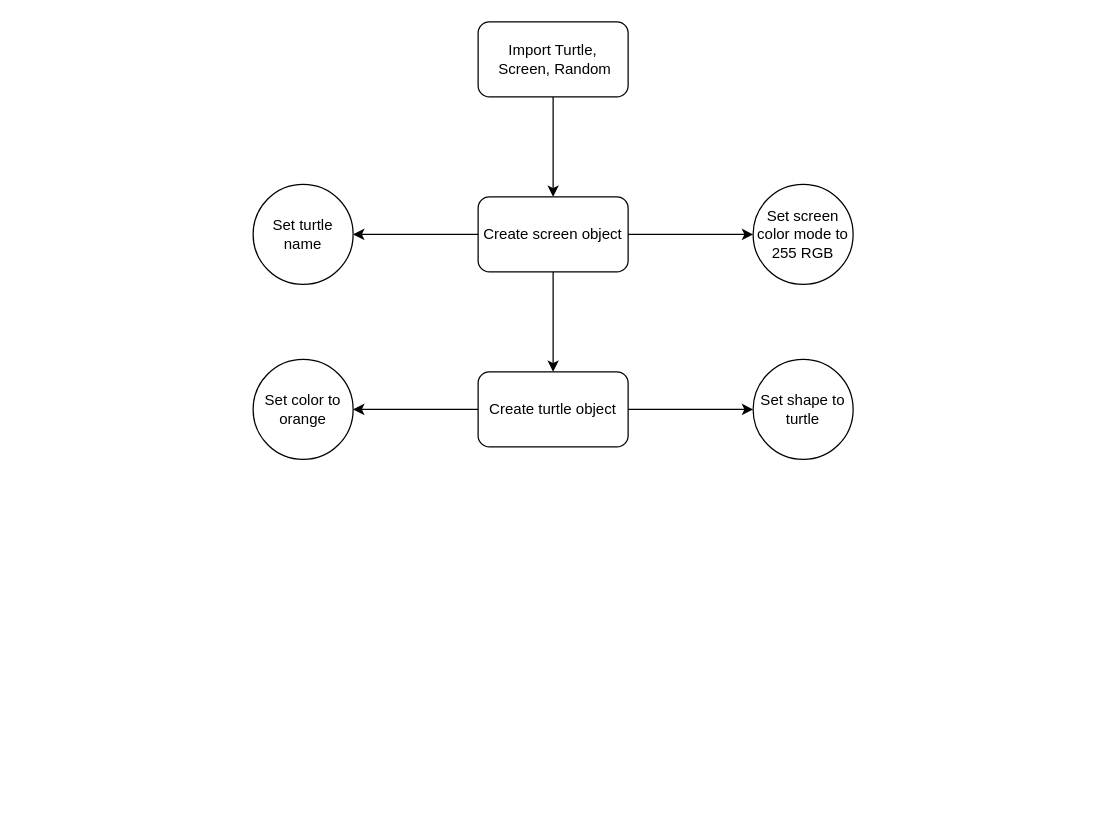
The draw.io diagram turtle_etch_a_sketch.drawio in Matasem-h/new_flowcharts, before the edit. Source tidied: cells renumbered, new cells numbered last; positions are measured from the earlier drawing's top-left corner, leaving out a move shared by most shapes. Both pictures are drawn from the tidied source at 125%, with x=0, y=0 at pixel (252, 21).
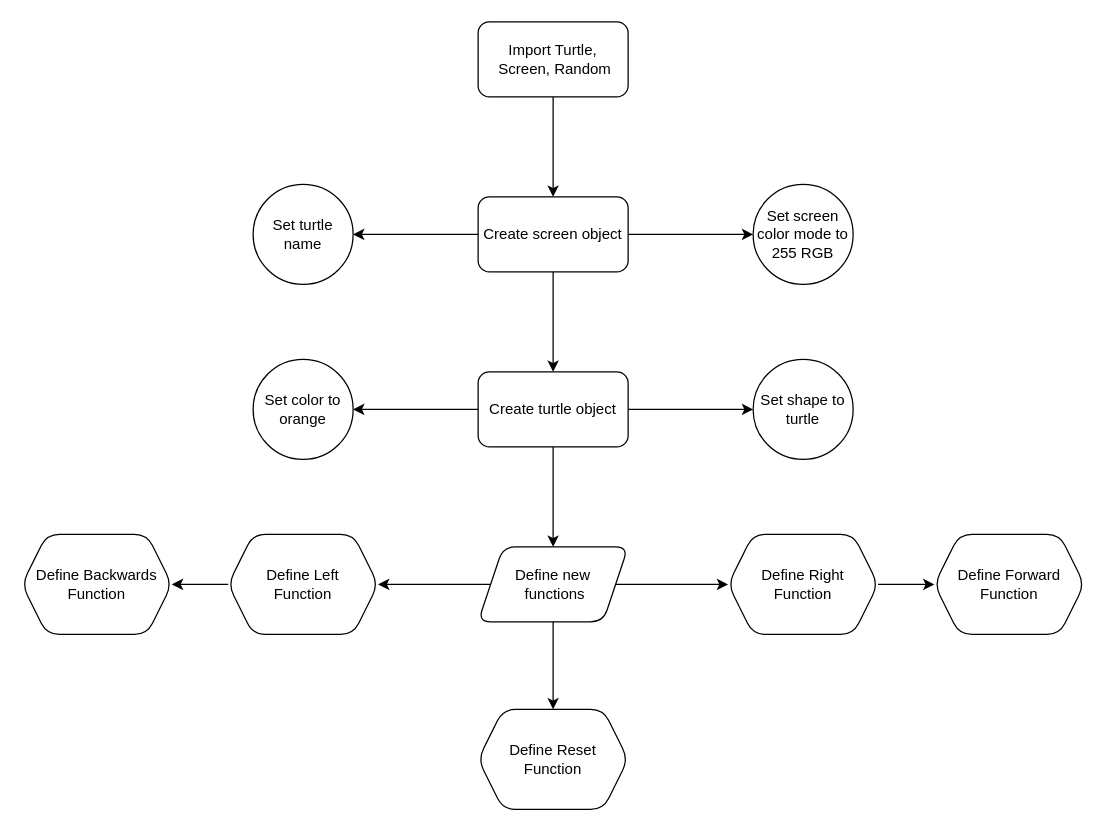
Above is the later version.

The change refers to these unchanged cells:
```xml
<mxCell id="11" value="Create turtle object" style="whiteSpace=wrap;html=1;rounded=1;" parent="1" vertex="1">
  <mxGeometry x="180" y="280" width="120" height="60" as="geometry" />
</mxCell>
```

What changed in the source:
```diff
@@
+    <mxCell id="15" style="edgeStyle=orthogonalEdgeStyle;rounded=0;jettySize=auto;html=1;" parent="1" edge="1" source="11" target="19">
+      <mxGeometry relative="1" as="geometry" />
+    </mxCell>
@@
+    <mxCell id="16" style="edgeStyle=orthogonalEdgeStyle;rounded=0;jettySize=auto;html=1;" parent="1" edge="1" source="19" target="21">
+      <mxGeometry relative="1" as="geometry" />
+    </mxCell>
+    <mxCell id="17" style="edgeStyle=orthogonalEdgeStyle;rounded=0;jettySize=auto;html=1;" parent="1" edge="1" source="19" target="24">
+      <mxGeometry relative="1" as="geometry" />
+    </mxCell>
+    <mxCell id="18" style="edgeStyle=orthogonalEdgeStyle;rounded=0;jettySize=auto;html=1;" parent="1" edge="1" source="19" target="26">
+      <mxGeometry relative="1" as="geometry" />
+    </mxCell>
+    <mxCell id="19" value="&lt;div&gt;Define new&lt;/div&gt;&lt;div&gt;&amp;nbsp;functions&lt;/div&gt;" style="shape=parallelogram;perimeter=parallelogramPerimeter;whiteSpace=wrap;html=1;fixedSize=1;rounded=1;" parent="1" vertex="1">
+      <mxGeometry x="180" y="420" width="120" height="60" as="geometry" />
+    </mxCell>
+    <mxCell id="20" style="edgeStyle=orthogonalEdgeStyle;rounded=0;jettySize=auto;html=1;" parent="1" edge="1" source="21" target="22">
+      <mxGeometry relative="1" as="geometry" />
+    </mxCell>
+    <mxCell id="21" value="&lt;div&gt;Define Left&lt;/div&gt;&lt;div&gt;Function&lt;/div&gt;" style="shape=hexagon;perimeter=hexagonPerimeter2;whiteSpace=wrap;html=1;fixedSize=1;rounded=1;" parent="1" vertex="1">
+      <mxGeometry x="-20" y="410" width="120" height="80" as="geometry" />
+    </mxCell>
+    <mxCell id="22" value="Define Backwards Function" style="shape=hexagon;perimeter=hexagonPerimeter2;whiteSpace=wrap;html=1;fixedSize=1;rounded=1;" parent="1" vertex="1">
+      <mxGeometry x="-185" y="410" width="120" height="80" as="geometry" />
+    </mxCell>
+    <mxCell id="23" style="edgeStyle=orthogonalEdgeStyle;rounded=0;jettySize=auto;html=1;" parent="1" edge="1" source="24" target="25">
+      <mxGeometry relative="1" as="geometry" />
+    </mxCell>
+    <mxCell id="24" value="&lt;div&gt;Define Right&lt;/div&gt;&lt;div&gt;Function&lt;/div&gt;" style="shape=hexagon;perimeter=hexagonPerimeter2;whiteSpace=wrap;html=1;fixedSize=1;rounded=1;" parent="1" vertex="1">
+      <mxGeometry x="380" y="410" width="120" height="80" as="geometry" />
+    </mxCell>
+    <mxCell id="25" value="Define Forward Function" style="shape=hexagon;perimeter=hexagonPerimeter2;whiteSpace=wrap;html=1;fixedSize=1;rounded=1;" parent="1" vertex="1">
+      <mxGeometry x="545" y="410" width="120" height="80" as="geometry" />
+    </mxCell>
+    <mxCell id="26" value="Define Reset Function" style="shape=hexagon;perimeter=hexagonPerimeter2;whiteSpace=wrap;html=1;fixedSize=1;rounded=1;" parent="1" vertex="1">
+      <mxGeometry x="180" y="550" width="120" height="80" as="geometry" />
+    </mxCell>
```
